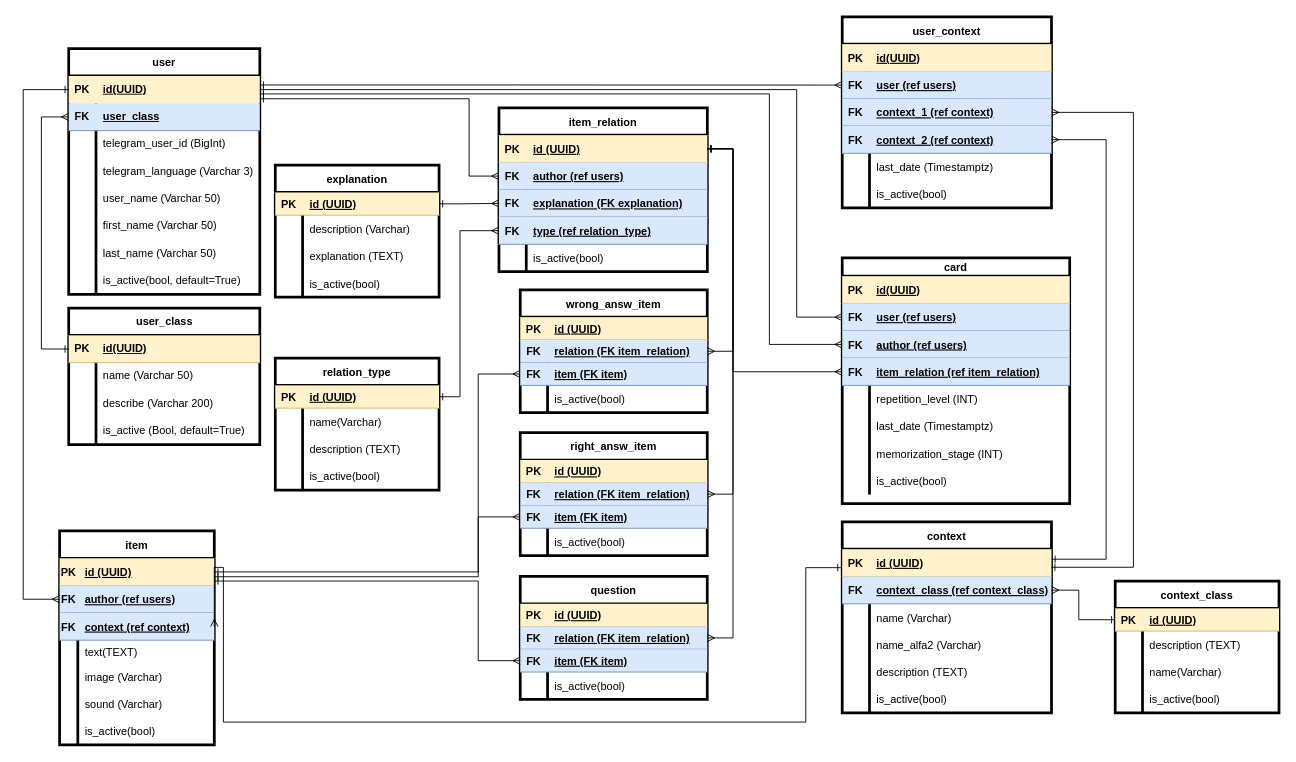
Earlier version of the draw.io diagram doc/db_structure.drawio (essayNEXT/REPETITOR). Source tidied: cells renumbered, new cells numbered last; positions are measured from the earlier drawing's top-left corner, leaving out a move shared by most shapes. Both pictures are drawn from the tidied source at 91%, with x=0, y=0 at pixel (23, 16).
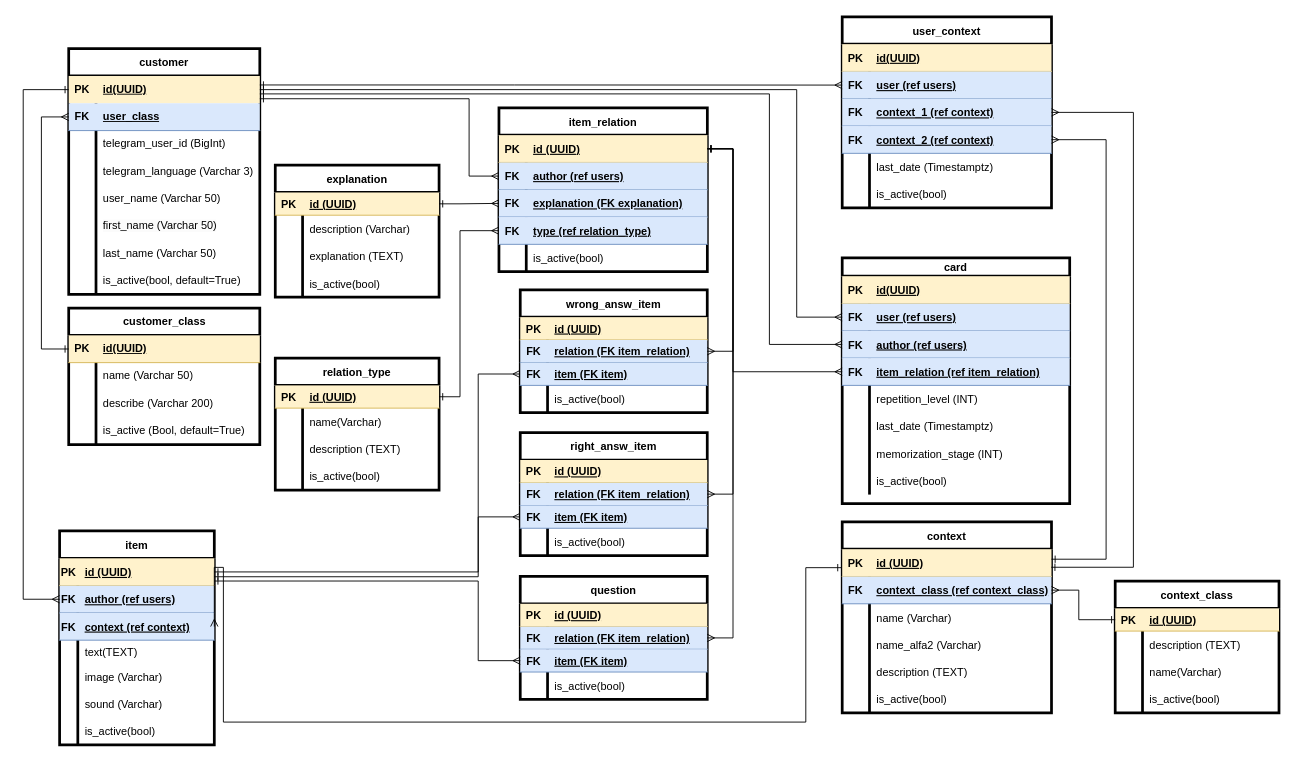
Above is the later version.

What changed in the source:
```diff
@@
-    <mxCell id="2" value="user" style="shape=table;startSize=30;childLayout=tableLayout;rowLines=0;fontStyle=1;align=center;html=1;whiteSpace=wrap;strokeWidth=3;" parent="1" vertex="1">
+    <mxCell id="2" value="customer" style="shape=table;startSize=30;childLayout=tableLayout;rowLines=0;fontStyle=1;align=center;html=1;whiteSpace=wrap;strokeWidth=3;" parent="1" vertex="1">
       <mxGeometry x="50" y="35" width="210" height="270" as="geometry" />
     </mxCell>
@@
-    <mxCell id="27" value="user_class" style="shape=table;startSize=30;childLayout=tableLayout;rowLines=0;fontStyle=1;align=center;html=1;strokeWidth=3;" parent="1" vertex="1">
+    <mxCell id="27" value="customer_class" style="shape=table;startSize=30;childLayout=tableLayout;rowLines=0;fontStyle=1;align=center;html=1;strokeWidth=3;" parent="1" vertex="1">
       <mxGeometry x="50" y="320" width="210" height="150" as="geometry" />
     </mxCell>
```
